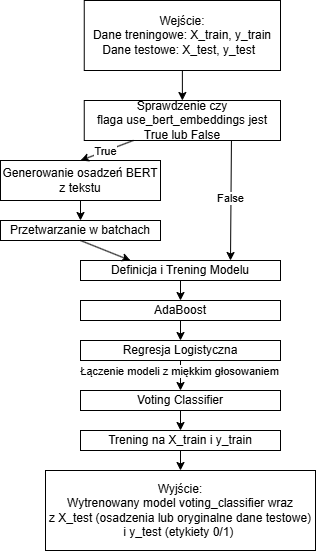
This is img/diagrams/metoda6.drawio.png from Foxxich/thesis, a draw.io export, as it was before one commit. Source tidied: cells renumbered, new cells last; positions are measured from the earlier drawing's top-left corner, leaving out a move shared by most shapes. Its diagram source:
```xml
<mxGraphModel>
  <root>
    <mxCell id="0" />
    <mxCell id="1" parent="0" />
    <mxCell id="2" value="&lt;div&gt;Wejście:&lt;/div&gt;&lt;div&gt;&lt;span style=&quot;background-color: transparent; color: light-dark(rgb(0, 0, 0), rgb(255, 255, 255));&quot;&gt;Dane treningowe: X_train, y_train&lt;/span&gt;&lt;/div&gt;&lt;div&gt;&lt;span style=&quot;background-color: transparent; color: light-dark(rgb(0, 0, 0), rgb(255, 255, 255));&quot;&gt;Dane testowe: X_test, y_test&amp;nbsp;&amp;nbsp;&lt;/span&gt;&lt;/div&gt;" style="rounded=0;whiteSpace=wrap;html=1;" parent="1" vertex="1">
      <mxGeometry x="83.8" width="196.2" height="70" as="geometry" />
    </mxCell>
    <mxCell id="3" value="Sprawdzenie czy flaga&amp;nbsp;&lt;span style=&quot;background-color: transparent; color: light-dark(rgb(0, 0, 0), rgb(255, 255, 255));&quot;&gt;use_bert_embeddings jest True lub False&lt;/span&gt;" style="rounded=0;whiteSpace=wrap;html=1;" parent="1" vertex="1">
      <mxGeometry x="83.8" y="100" width="196.2" height="40" as="geometry" />
    </mxCell>
    <mxCell id="4" value="&lt;div&gt;Generowanie osadzeń BERT z tekstu&lt;/div&gt;" style="rounded=0;whiteSpace=wrap;html=1;" parent="1" vertex="1">
      <mxGeometry y="160" width="160" height="40" as="geometry" />
    </mxCell>
    <mxCell id="5" value="Przetwarzanie w batchach" style="rounded=0;whiteSpace=wrap;html=1;" parent="1" vertex="1">
      <mxGeometry y="220" width="160" height="20" as="geometry" />
    </mxCell>
    <mxCell id="6" value="&lt;div&gt;Definicja i Trening Modelu&lt;/div&gt;" style="rounded=0;whiteSpace=wrap;html=1;" parent="1" vertex="1">
      <mxGeometry x="80" y="260" width="200" height="20" as="geometry" />
    </mxCell>
    <mxCell id="7" style="endArrow=classic;html=1;rounded=0;exitX=0.25;exitY=1;exitDx=0;exitDy=0;entryX=0.5;entryY=0;entryDx=0;entryDy=0;" parent="1" edge="1" source="3" target="4">
      <mxGeometry relative="1" as="geometry" />
    </mxCell>
    <mxCell id="8" value="True" style="edgeLabel;html=1;align=center;verticalAlign=middle;" parent="7" vertex="1">
      <mxGeometry x="0.06" relative="1" as="geometry" />
    </mxCell>
    <mxCell id="9" style="endArrow=classic;html=1;rounded=0;exitX=0.5;exitY=1;exitDx=0;exitDy=0;entryX=0.5;entryY=0;entryDx=0;entryDy=0;" parent="1" edge="1" source="4" target="5">
      <mxGeometry relative="1" as="geometry" />
    </mxCell>
    <mxCell id="10" style="endArrow=classic;html=1;rounded=0;exitX=0.5;exitY=1;exitDx=0;exitDy=0;entryX=0.25;entryY=0;entryDx=0;entryDy=0;" parent="1" edge="1" source="5" target="6">
      <mxGeometry relative="1" as="geometry" />
    </mxCell>
    <mxCell id="11" style="endArrow=classic;html=1;rounded=0;exitX=0.75;exitY=1;exitDx=0;exitDy=0;entryX=0.75;entryY=0;entryDx=0;entryDy=0;" parent="1" edge="1" source="3" target="6">
      <mxGeometry relative="1" as="geometry" />
    </mxCell>
    <mxCell id="12" value="False" style="edgeLabel;html=1;align=center;verticalAlign=middle;" parent="11" vertex="1">
      <mxGeometry x="-0.04" y="-1" relative="1" as="geometry" />
    </mxCell>
    <mxCell id="13" value="&lt;div&gt;AdaBoost&lt;/div&gt;" style="rounded=0;whiteSpace=wrap;html=1;" parent="1" vertex="1">
      <mxGeometry x="80" y="300" width="200" height="20" as="geometry" />
    </mxCell>
    <mxCell id="14" value="&lt;div&gt;Regresja Logistyczna&lt;/div&gt;" style="rounded=0;whiteSpace=wrap;html=1;" parent="1" vertex="1">
      <mxGeometry x="80" y="340" width="200" height="20" as="geometry" />
    </mxCell>
    <mxCell id="15" value="&lt;div&gt;Voting Classifier&lt;/div&gt;" style="rounded=0;whiteSpace=wrap;html=1;" parent="1" vertex="1">
      <mxGeometry x="80" y="390" width="200" height="20" as="geometry" />
    </mxCell>
    <mxCell id="16" value="&lt;div&gt;Trening na X_train i y_train&lt;/div&gt;" style="rounded=0;whiteSpace=wrap;html=1;" parent="1" vertex="1">
      <mxGeometry x="80" y="430" width="200" height="20" as="geometry" />
    </mxCell>
    <mxCell id="17" style="endArrow=classic;html=1;rounded=0;exitX=0.5;exitY=1;exitDx=0;exitDy=0;entryX=0.5;entryY=0;entryDx=0;entryDy=0;" parent="1" edge="1" source="15" target="16">
      <mxGeometry relative="1" as="geometry" />
    </mxCell>
    <mxCell id="18" style="endArrow=classic;html=1;rounded=0;exitX=0.5;exitY=1;exitDx=0;exitDy=0;" parent="1" edge="1" source="6" target="13">
      <mxGeometry relative="1" as="geometry" />
    </mxCell>
    <mxCell id="19" style="endArrow=classic;html=1;rounded=0;exitX=0.5;exitY=1;exitDx=0;exitDy=0;entryX=0.5;entryY=0;entryDx=0;entryDy=0;" parent="1" edge="1" source="13" target="14">
      <mxGeometry relative="1" as="geometry" />
    </mxCell>
    <mxCell id="20" style="endArrow=classic;html=1;rounded=0;exitX=0.5;exitY=1;exitDx=0;exitDy=0;" parent="1" edge="1" source="14" target="15">
      <mxGeometry relative="1" as="geometry" />
    </mxCell>
    <mxCell id="21" value="Łączenie modeli z miękkim głosowaniem" style="edgeLabel;html=1;align=center;verticalAlign=middle;" parent="20" vertex="1">
      <mxGeometry x="-0.25" y="-1" relative="1" as="geometry" />
    </mxCell>
    <mxCell id="22" value="&lt;div&gt;Wyjście:&lt;/div&gt;&lt;div&gt;Wytrenowany &lt;span style=&quot;background-color: transparent; color: light-dark(rgb(0, 0, 0), rgb(255, 255, 255));&quot;&gt;model&amp;nbsp;&lt;/span&gt;&lt;span style=&quot;background-color: transparent; color: light-dark(rgb(0, 0, 0), rgb(255, 255, 255));&quot;&gt;voting_classifier&amp;nbsp;&lt;/span&gt;&lt;span style=&quot;background-color: transparent; color: light-dark(rgb(0, 0, 0), rgb(255, 255, 255));&quot;&gt;wraz z&amp;nbsp;&lt;/span&gt;&lt;span style=&quot;background-color: transparent; color: light-dark(rgb(0, 0, 0), rgb(255, 255, 255));&quot;&gt;X_test&lt;/span&gt;&lt;span style=&quot;background-color: transparent; color: light-dark(rgb(0, 0, 0), rgb(255, 255, 255));&quot;&gt;&amp;nbsp;(o&lt;/span&gt;&lt;span style=&quot;background-color: transparent; color: light-dark(rgb(0, 0, 0), rgb(255, 255, 255));&quot;&gt;sadzenia lub oryginalne dane testowe&lt;/span&gt;&lt;span style=&quot;background-color: transparent; color: light-dark(rgb(0, 0, 0), rgb(255, 255, 255));&quot;&gt;) i&amp;nbsp;&lt;/span&gt;&lt;span style=&quot;background-color: transparent; color: light-dark(rgb(0, 0, 0), rgb(255, 255, 255));&quot;&gt;y_test (etykiety 0/1)&lt;/span&gt;&lt;span style=&quot;background-color: transparent; color: light-dark(rgb(0, 0, 0), rgb(255, 255, 255));&quot;&gt;&amp;nbsp;&lt;/span&gt;&lt;/div&gt;" style="rounded=0;whiteSpace=wrap;html=1;" parent="1" vertex="1">
      <mxGeometry x="45" y="470" width="270" height="80" as="geometry" />
    </mxCell>
    <mxCell id="23" style="endArrow=classic;html=1;rounded=0;exitX=0.5;exitY=1;exitDx=0;exitDy=0;" parent="1" edge="1" source="16" target="22">
      <mxGeometry relative="1" as="geometry" />
    </mxCell>
    <mxCell id="24" style="endArrow=classic;html=1;rounded=0;exitX=0.5;exitY=1;exitDx=0;exitDy=0;" parent="1" edge="1" source="2" target="3">
      <mxGeometry relative="1" as="geometry" />
    </mxCell>
  </root>
</mxGraphModel>
```
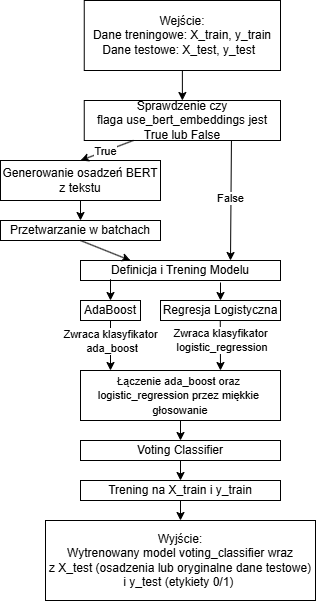
After the change.

What changed in the source:
```diff
@@ -36,34 +36,22 @@
       <mxGeometry x="-0.04" y="-1" relative="1" as="geometry" />
     </mxCell>
     <mxCell id="13" value="&lt;div&gt;AdaBoost&lt;/div&gt;" style="rounded=0;whiteSpace=wrap;html=1;" parent="1" vertex="1">
-      <mxGeometry x="80" y="300" width="200" height="20" as="geometry" />
+      <mxGeometry x="80" y="300" width="60" height="20" as="geometry" />
     </mxCell>
     <mxCell id="14" value="&lt;div&gt;Regresja Logistyczna&lt;/div&gt;" style="rounded=0;whiteSpace=wrap;html=1;" parent="1" vertex="1">
-      <mxGeometry x="80" y="340" width="200" height="20" as="geometry" />
+      <mxGeometry x="160" y="300" width="120" height="20" as="geometry" />
     </mxCell>
     <mxCell id="15" value="&lt;div&gt;Voting Classifier&lt;/div&gt;" style="rounded=0;whiteSpace=wrap;html=1;" parent="1" vertex="1">
-      <mxGeometry x="80" y="390" width="200" height="20" as="geometry" />
+      <mxGeometry x="80" y="440" width="200" height="20" as="geometry" />
     </mxCell>
     <mxCell id="16" value="&lt;div&gt;Trening na X_train i y_train&lt;/div&gt;" style="rounded=0;whiteSpace=wrap;html=1;" parent="1" vertex="1">
-      <mxGeometry x="80" y="430" width="200" height="20" as="geometry" />
+      <mxGeometry x="80" y="480" width="200" height="20" as="geometry" />
     </mxCell>
     <mxCell id="17" style="endArrow=classic;html=1;rounded=0;exitX=0.5;exitY=1;exitDx=0;exitDy=0;entryX=0.5;entryY=0;entryDx=0;entryDy=0;" parent="1" edge="1" source="15" target="16">
       <mxGeometry relative="1" as="geometry" />
     </mxCell>
-    <mxCell id="18" style="endArrow=classic;html=1;rounded=0;exitX=0.5;exitY=1;exitDx=0;exitDy=0;" parent="1" edge="1" source="6" target="13">
-      <mxGeometry relative="1" as="geometry" />
-    </mxCell>
-    <mxCell id="19" style="endArrow=classic;html=1;rounded=0;exitX=0.5;exitY=1;exitDx=0;exitDy=0;entryX=0.5;entryY=0;entryDx=0;entryDy=0;" parent="1" edge="1" source="13" target="14">
-      <mxGeometry relative="1" as="geometry" />
-    </mxCell>
-    <mxCell id="20" style="endArrow=classic;html=1;rounded=0;exitX=0.5;exitY=1;exitDx=0;exitDy=0;" parent="1" edge="1" source="14" target="15">
-      <mxGeometry relative="1" as="geometry" />
-    </mxCell>
-    <mxCell id="21" value="Łączenie modeli z miękkim głosowaniem" style="edgeLabel;html=1;align=center;verticalAlign=middle;" parent="20" vertex="1">
-      <mxGeometry x="-0.25" y="-1" relative="1" as="geometry" />
-    </mxCell>
     <mxCell id="22" value="&lt;div&gt;Wyjście:&lt;/div&gt;&lt;div&gt;Wytrenowany &lt;span style=&quot;background-color: transparent; color: light-dark(rgb(0, 0, 0), rgb(255, 255, 255));&quot;&gt;model&amp;nbsp;&lt;/span&gt;&lt;span style=&quot;background-color: transparent; color: light-dark(rgb(0, 0, 0), rgb(255, 255, 255));&quot;&gt;voting_classifier&amp;nbsp;&lt;/span&gt;&lt;span style=&quot;background-color: transparent; color: light-dark(rgb(0, 0, 0), rgb(255, 255, 255));&quot;&gt;wraz z&amp;nbsp;&lt;/span&gt;&lt;span style=&quot;background-color: transparent; color: light-dark(rgb(0, 0, 0), rgb(255, 255, 255));&quot;&gt;X_test&lt;/span&gt;&lt;span style=&quot;background-color: transparent; color: light-dark(rgb(0, 0, 0), rgb(255, 255, 255));&quot;&gt;&amp;nbsp;(o&lt;/span&gt;&lt;span style=&quot;background-color: transparent; color: light-dark(rgb(0, 0, 0), rgb(255, 255, 255));&quot;&gt;sadzenia lub oryginalne dane testowe&lt;/span&gt;&lt;span style=&quot;background-color: transparent; color: light-dark(rgb(0, 0, 0), rgb(255, 255, 255));&quot;&gt;) i&amp;nbsp;&lt;/span&gt;&lt;span style=&quot;background-color: transparent; color: light-dark(rgb(0, 0, 0), rgb(255, 255, 255));&quot;&gt;y_test (etykiety 0/1)&lt;/span&gt;&lt;span style=&quot;background-color: transparent; color: light-dark(rgb(0, 0, 0), rgb(255, 255, 255));&quot;&gt;&amp;nbsp;&lt;/span&gt;&lt;/div&gt;" style="rounded=0;whiteSpace=wrap;html=1;" parent="1" vertex="1">
-      <mxGeometry x="45" y="470" width="270" height="80" as="geometry" />
+      <mxGeometry x="45" y="520" width="270" height="80" as="geometry" />
     </mxCell>
     <mxCell id="23" style="endArrow=classic;html=1;rounded=0;exitX=0.5;exitY=1;exitDx=0;exitDy=0;" parent="1" edge="1" source="16" target="22">
       <mxGeometry relative="1" as="geometry" />
@@ -71,5 +59,36 @@
     <mxCell id="24" style="endArrow=classic;html=1;rounded=0;exitX=0.5;exitY=1;exitDx=0;exitDy=0;" parent="1" edge="1" source="2" target="3">
       <mxGeometry relative="1" as="geometry" />
     </mxCell>
+    <mxCell id="25" value="&lt;span style=&quot;font-size: 11px; text-wrap-mode: nowrap; background-color: rgb(255, 255, 255);&quot;&gt;Łączenie ada_boost oraz&amp;nbsp;&lt;/span&gt;&lt;div&gt;&lt;span style=&quot;font-size: 11px; text-wrap-mode: nowrap; background-color: rgb(255, 255, 255);&quot;&gt;logistic_regression przez miękkie&amp;nbsp;&lt;/span&gt;&lt;/div&gt;&lt;div&gt;&lt;span style=&quot;font-size: 11px; text-wrap-mode: nowrap; background-color: rgb(255, 255, 255);&quot;&gt;głosowanie&lt;/span&gt;&lt;/div&gt;" style="rounded=0;whiteSpace=wrap;html=1;" parent="1" vertex="1">
+      <mxGeometry x="80" y="370" width="200" height="50" as="geometry" />
+    </mxCell>
+    <mxCell id="18" style="endArrow=classic;html=1;rounded=0;exitX=0.15;exitY=0.94;exitDx=0;exitDy=0;exitPerimeter=0;" parent="1" edge="1" source="6" target="13">
+      <mxGeometry relative="1" as="geometry" />
+    </mxCell>
+    <mxCell id="26" style="endArrow=classic;html=1;rounded=0;entryX=0.5;entryY=0;entryDx=0;entryDy=0;" parent="1" edge="1" target="14">
+      <mxGeometry relative="1" as="geometry">
+        <mxPoint x="220" y="282" as="sourcePoint" />
+      </mxGeometry>
+    </mxCell>
+    <mxCell id="27" style="endArrow=classic;html=1;rounded=0;exitX=0.5;exitY=1;exitDx=0;exitDy=0;" parent="1" edge="1" source="13">
+      <mxGeometry relative="1" as="geometry">
+        <mxPoint x="110" y="370" as="targetPoint" />
+      </mxGeometry>
+    </mxCell>
+    <mxCell id="28" value="Zwraca klasyfikator&lt;div&gt;&amp;nbsp;&lt;span style=&quot;background-color: light-dark(#ffffff, var(--ge-dark-color, #121212));&quot;&gt;ada_boost&lt;/span&gt;&lt;/div&gt;" style="edgeLabel;html=1;align=center;verticalAlign=middle;" parent="27" vertex="1">
+      <mxGeometry x="-0.18" relative="1" as="geometry" />
+    </mxCell>
+    <mxCell id="29" style="endArrow=classic;html=1;rounded=0;exitX=0.5;exitY=1;exitDx=0;exitDy=0;" parent="1" edge="1">
+      <mxGeometry relative="1" as="geometry">
+        <mxPoint x="219.8" y="320" as="sourcePoint" />
+        <mxPoint x="220" y="370" as="targetPoint" />
+      </mxGeometry>
+    </mxCell>
+    <mxCell id="30" value="Zwraca klasyfikator&lt;div&gt;&amp;nbsp;logistic_regression&lt;/div&gt;" style="edgeLabel;html=1;align=center;verticalAlign=middle;" parent="1" vertex="1">
+      <mxGeometry x="220" y="340" as="geometry" />
+    </mxCell>
+    <mxCell id="31" style="endArrow=classic;html=1;rounded=0;exitX=0.5;exitY=1;exitDx=0;exitDy=0;entryX=0.5;entryY=0;entryDx=0;entryDy=0;" parent="1" edge="1" source="25" target="15">
+      <mxGeometry relative="1" as="geometry" />
+    </mxCell>
   </root>
 </mxGraphModel>
```
